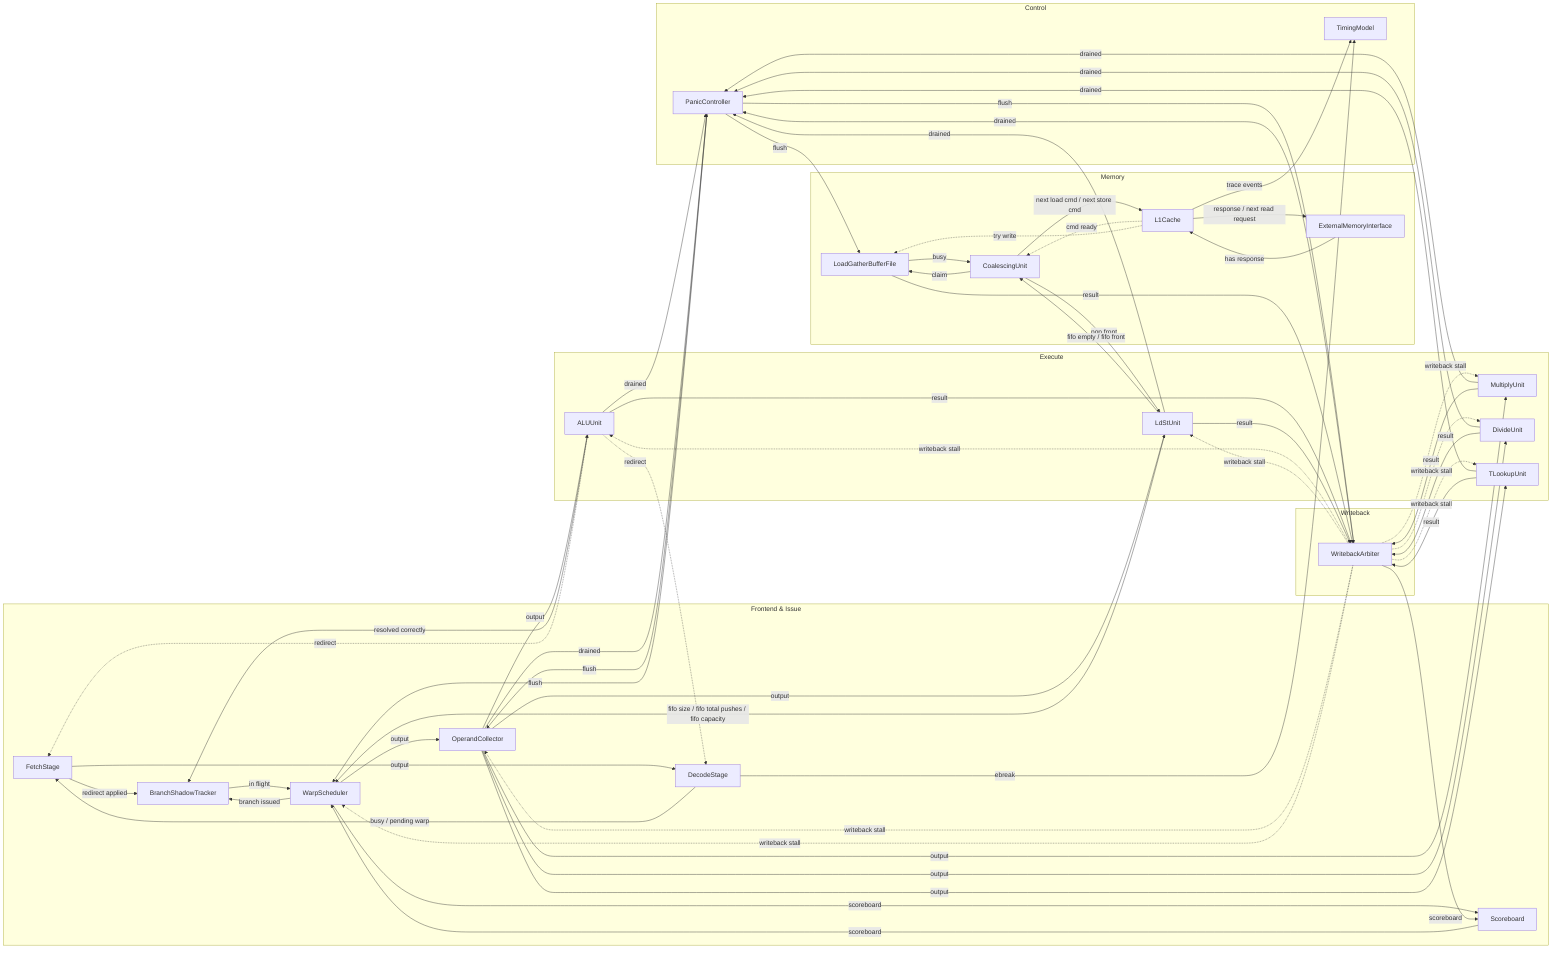
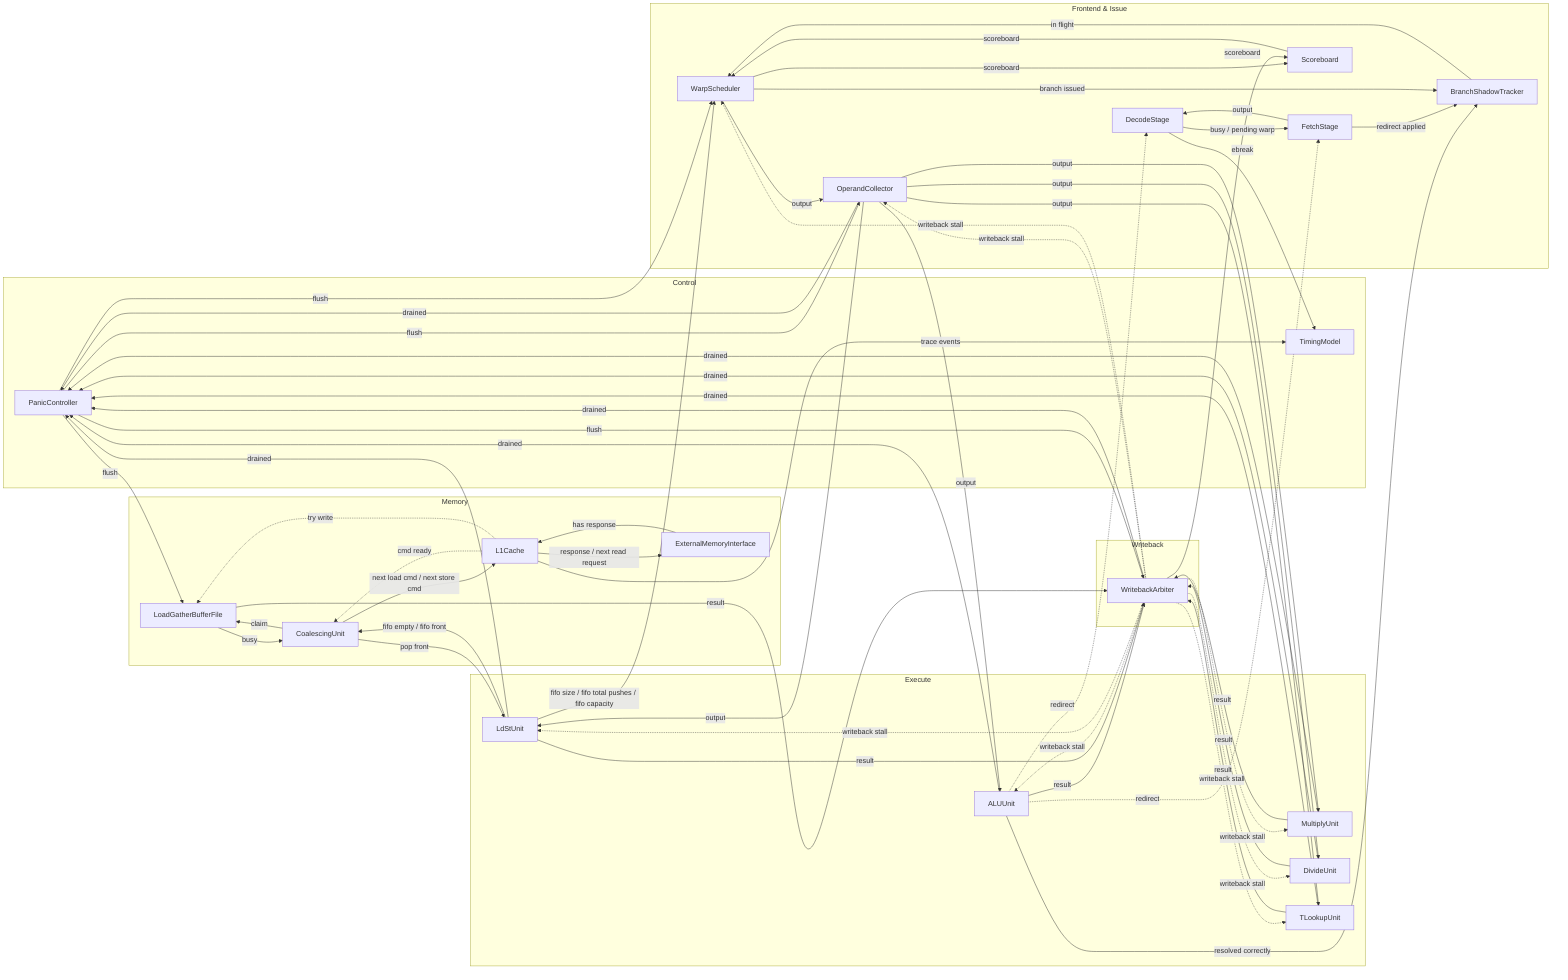
flowchart LR
+   subgraph Control["Control"]
+     PanicController
+     TimingModel
+   end
  subgraph Frontend_and_Issue["Frontend & Issue"]
    FetchStage
    DecodeStage
    WarpScheduler
    Scoreboard
    BranchShadowTracker
    OperandCollector
  end
  subgraph Execute["Execute"]
    ALUUnit
    MultiplyUnit
    DivideUnit
    TLookupUnit
    LdStUnit
  end
  subgraph Memory["Memory"]
    CoalescingUnit
    LoadGatherBufferFile
    L1Cache
    ExternalMemoryInterface
  end
  subgraph Writeback["Writeback"]
    WritebackArbiter
-   end
-   subgraph Control["Control"]
-     PanicController
-     TimingModel
  end
  ALUUnit -->|resolved correctly| BranchShadowTracker
  ALUUnit -.->|redirect| DecodeStage
  ALUUnit -.->|redirect| FetchStage
  ALUUnit -->|drained| PanicController
  ALUUnit -->|result| WritebackArbiter
  BranchShadowTracker -->|in flight| WarpScheduler
  CoalescingUnit -->|next load cmd / next store cmd| L1Cache
  CoalescingUnit -->|pop front| LdStUnit
  CoalescingUnit -->|claim| LoadGatherBufferFile
  DecodeStage -->|busy / pending warp| FetchStage
  DecodeStage -->|ebreak| TimingModel
  DivideUnit -->|drained| PanicController
  DivideUnit -->|result| WritebackArbiter
  ExternalMemoryInterface -->|has response| L1Cache
  FetchStage -->|redirect applied| BranchShadowTracker
  FetchStage -->|output| DecodeStage
  L1Cache -.->|cmd ready| CoalescingUnit
  L1Cache -->|response / next read request| ExternalMemoryInterface
  L1Cache -.->|try write| LoadGatherBufferFile
  L1Cache -->|trace events| TimingModel
  LdStUnit -->|fifo empty / fifo front| CoalescingUnit
  LdStUnit -->|drained| PanicController
  LdStUnit -->|fifo size / fifo total pushes / fifo capacity| WarpScheduler
  LdStUnit -->|result| WritebackArbiter
  LoadGatherBufferFile -->|busy| CoalescingUnit
  LoadGatherBufferFile -->|result| WritebackArbiter
  MultiplyUnit -->|drained| PanicController
  MultiplyUnit -->|result| WritebackArbiter
  OperandCollector -->|output| ALUUnit
  OperandCollector -->|output| DivideUnit
  OperandCollector -->|output| LdStUnit
  OperandCollector -->|output| MultiplyUnit
  OperandCollector -->|drained| PanicController
  OperandCollector -->|output| TLookupUnit
  PanicController -->|flush| LoadGatherBufferFile
  PanicController -->|flush| OperandCollector
  PanicController -->|flush| WarpScheduler
  PanicController -->|flush| WritebackArbiter
  Scoreboard -->|scoreboard| WarpScheduler
  TLookupUnit -->|drained| PanicController
  TLookupUnit -->|result| WritebackArbiter
  WarpScheduler -->|branch issued| BranchShadowTracker
  WarpScheduler -->|output| OperandCollector
  WarpScheduler -->|scoreboard| Scoreboard
  WritebackArbiter -.->|writeback stall| ALUUnit
  WritebackArbiter -.->|writeback stall| DivideUnit
  WritebackArbiter -.->|writeback stall| LdStUnit
  WritebackArbiter -.->|writeback stall| MultiplyUnit
  WritebackArbiter -.->|writeback stall| OperandCollector
  WritebackArbiter -->|drained| PanicController
  WritebackArbiter -->|scoreboard| Scoreboard
  WritebackArbiter -.->|writeback stall| TLookupUnit
  WritebackArbiter -.->|writeback stall| WarpScheduler
